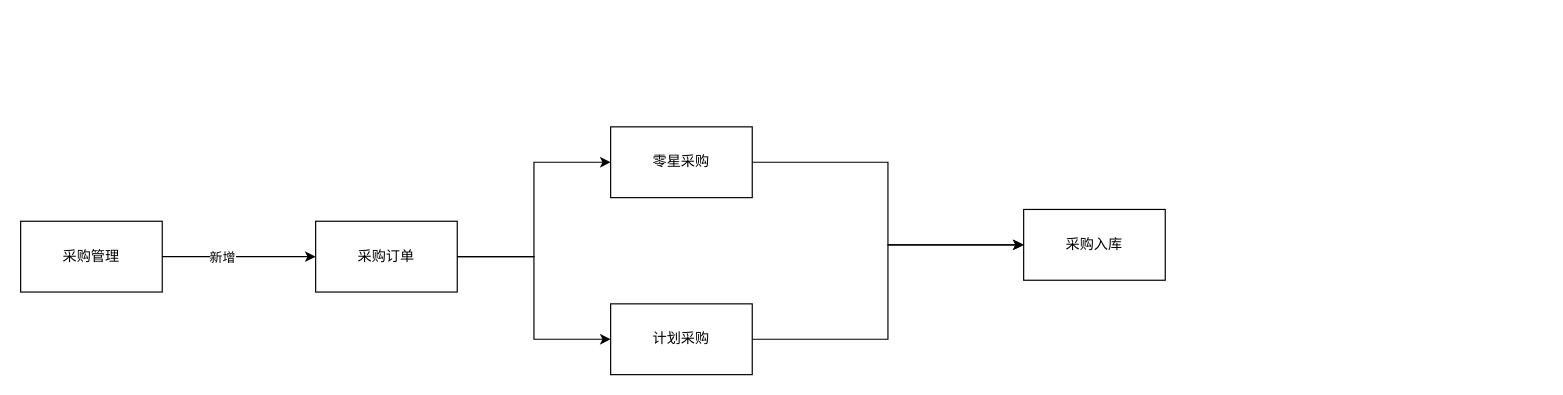
Above: ERP采购流程.drawio in linbingxing/mind (draw.io), before the change. Source tidied: cells renumbered, new cells numbered last; positions are measured from the earlier drawing's top-left corner, leaving out a move shared by most shapes. Both pictures are drawn from the tidied source at 118%, with x=0, y=0 at pixel (20, 126).
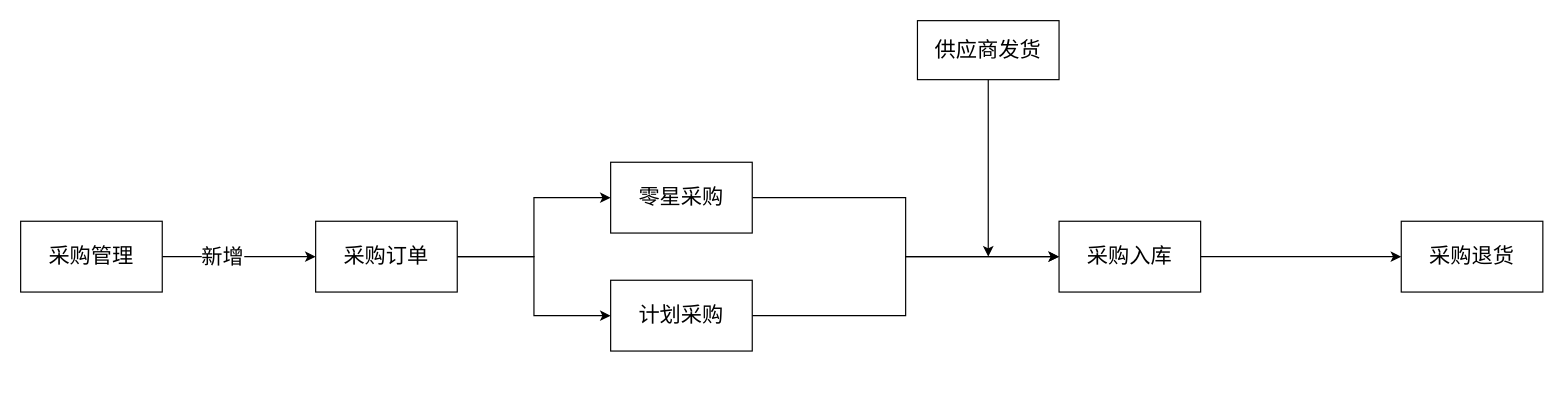
The same page after the edit.

Commit message (it also covers changes not shown here):
更新ERP采购流程.drawio

Diff of the diagram source:
```diff
@@
 <mxGraphModel>
   <root>
     <mxCell id="0" />
     <mxCell id="1" parent="0" />
-    <mxCell id="2" style="edgeStyle=orthogonalEdgeStyle;rounded=0;jettySize=auto;html=1;" parent="1" edge="1" source="4" target="7">
+    <mxCell id="2" style="edgeStyle=orthogonalEdgeStyle;rounded=0;jettySize=auto;html=1;fontSize=18;" parent="1" edge="1" source="4" target="7">
       <mxGeometry relative="1" as="geometry" />
     </mxCell>
-    <mxCell id="3" value="新增" style="edgeLabel;html=1;align=center;verticalAlign=middle;" parent="2" vertex="1">
+    <mxCell id="3" value="新增" style="edgeLabel;html=1;align=center;verticalAlign=middle;fontSize=18;" parent="2" vertex="1">
       <mxGeometry x="-0.23" relative="1" as="geometry" />
     </mxCell>
-    <mxCell id="4" value="采购管理" style="rounded=0;whiteSpace=wrap;html=1;" parent="1" vertex="1">
+    <mxCell id="4" value="采购管理" style="rounded=0;whiteSpace=wrap;html=1;fontSize=18;" parent="1" vertex="1">
       <mxGeometry y="80" width="120" height="60" as="geometry" />
     </mxCell>
-    <mxCell id="5" style="edgeStyle=orthogonalEdgeStyle;rounded=0;jettySize=auto;html=1;entryX=0;entryY=0.5;entryDx=0;entryDy=0;" parent="1" edge="1" source="7" target="11">
+    <mxCell id="5" style="edgeStyle=orthogonalEdgeStyle;rounded=0;jettySize=auto;html=1;entryX=0;entryY=0.5;entryDx=0;entryDy=0;fontSize=18;" parent="1" edge="1" source="7" target="11">
       <mxGeometry relative="1" as="geometry" />
     </mxCell>
-    <mxCell id="6" style="edgeStyle=orthogonalEdgeStyle;rounded=0;jettySize=auto;html=1;entryX=0;entryY=0.5;entryDx=0;entryDy=0;" parent="1" edge="1" source="7" target="9">
+    <mxCell id="6" style="edgeStyle=orthogonalEdgeStyle;rounded=0;jettySize=auto;html=1;entryX=0;entryY=0.5;entryDx=0;entryDy=0;fontSize=18;" parent="1" edge="1" source="7" target="9">
       <mxGeometry relative="1" as="geometry" />
     </mxCell>
-    <mxCell id="7" value="采购订单" style="rounded=0;whiteSpace=wrap;html=1;" parent="1" vertex="1">
+    <mxCell id="7" value="采购订单" style="rounded=0;whiteSpace=wrap;html=1;fontSize=18;" parent="1" vertex="1">
       <mxGeometry x="250" y="80" width="120" height="60" as="geometry" />
     </mxCell>
-    <mxCell id="8" style="edgeStyle=orthogonalEdgeStyle;rounded=0;jettySize=auto;html=1;entryX=0;entryY=0.5;entryDx=0;entryDy=0;" parent="1" edge="1" source="9" target="12">
+    <mxCell id="8" style="edgeStyle=orthogonalEdgeStyle;rounded=0;jettySize=auto;html=1;entryX=0;entryY=0.5;entryDx=0;entryDy=0;fontSize=18;" parent="1" edge="1" source="9" target="12">
       <mxGeometry relative="1" as="geometry" />
     </mxCell>
-    <mxCell id="9" value="计划采购" style="whiteSpace=wrap;html=1;rounded=0;" parent="1" vertex="1">
-      <mxGeometry x="500" y="150" width="120" height="60" as="geometry" />
+    <mxCell id="9" value="计划采购" style="whiteSpace=wrap;html=1;rounded=0;fontSize=18;" parent="1" vertex="1">
+      <mxGeometry x="500" y="130" width="120" height="60" as="geometry" />
     </mxCell>
-    <mxCell id="10" style="edgeStyle=orthogonalEdgeStyle;rounded=0;jettySize=auto;html=1;entryX=0;entryY=0.5;entryDx=0;entryDy=0;" parent="1" edge="1" source="11" target="12">
+    <mxCell id="10" style="edgeStyle=orthogonalEdgeStyle;rounded=0;jettySize=auto;html=1;entryX=0;entryY=0.5;entryDx=0;entryDy=0;fontSize=18;" parent="1" edge="1" source="11" target="12">
       <mxGeometry relative="1" as="geometry" />
     </mxCell>
-    <mxCell id="11" value="零星采购" style="whiteSpace=wrap;html=1;rounded=0;" parent="1" vertex="1">
-      <mxGeometry x="500" width="120" height="60" as="geometry" />
+    <mxCell id="11" value="零星采购" style="whiteSpace=wrap;html=1;rounded=0;fontSize=18;" parent="1" vertex="1">
+      <mxGeometry x="500" y="30" width="120" height="60" as="geometry" />
     </mxCell>
+    <mxCell id="13" style="edgeStyle=orthogonalEdgeStyle;rounded=0;jettySize=auto;html=1;fontSize=18;" parent="1" edge="1" source="12" target="14">
+      <mxGeometry relative="1" as="geometry" />
+    </mxCell>
-    <mxCell id="12" value="采购入库" style="rounded=0;whiteSpace=wrap;html=1;" parent="1" vertex="1">
-      <mxGeometry x="850" y="70" width="120" height="60" as="geometry" />
+    <mxCell id="12" value="采购入库" style="rounded=0;whiteSpace=wrap;html=1;fontSize=18;" parent="1" vertex="1">
+      <mxGeometry x="880" y="80" width="120" height="60" as="geometry" />
     </mxCell>
+    <mxCell id="14" value="采购退货" style="rounded=0;whiteSpace=wrap;html=1;fontSize=18;" parent="1" vertex="1">
+      <mxGeometry x="1170" y="80" width="120" height="60" as="geometry" />
+    </mxCell>
+    <mxCell id="15" style="edgeStyle=orthogonalEdgeStyle;rounded=0;jettySize=auto;html=1;fontSize=18;" parent="1" edge="1" source="16">
+      <mxGeometry relative="1" as="geometry">
+        <mxPoint x="820" y="110" as="targetPoint" />
+      </mxGeometry>
+    </mxCell>
+    <mxCell id="16" value="供应商发货" style="rounded=0;whiteSpace=wrap;html=1;fontSize=18;" parent="1" vertex="1">
+      <mxGeometry x="760" y="-90" width="120" height="50" as="geometry" />
+    </mxCell>
   </root>
 </mxGraphModel>
```
